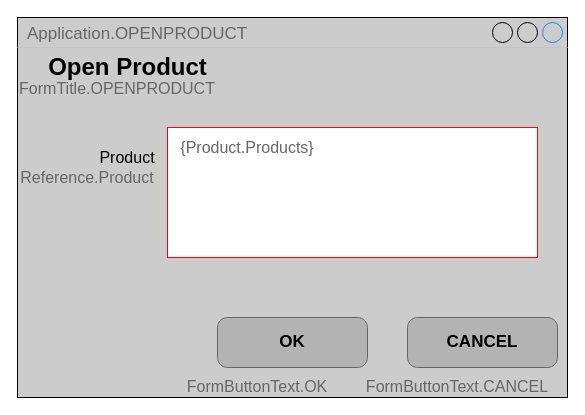
haclong/drawings keeps this draw.io diagram as page "File modal" (6 of 11) of hnc.drawio. Above is the earlier version. Source tidied: cells renumbered, new cells numbered last; positions are measured from the earlier drawing's top-left corner, leaving out a move shared by most shapes. Both pictures are drawn from the tidied source at 100%, with x=0, y=0 at pixel (17, 17).
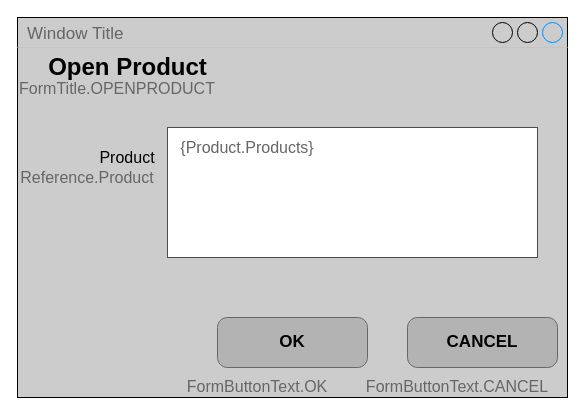
The same page after the edit.

Diff of the diagram source:
```diff
@@
 <mxGraphModel>
   <root>
     <mxCell id="0" />
     <mxCell id="1" parent="0" />
-    <mxCell id="2" value="Application.OPENPRODUCT" style="strokeWidth=1;shadow=0;dashed=0;align=center;html=1;shape=mxgraph.mockup.containers.window;align=left;verticalAlign=top;spacingLeft=8;strokeColor2=#008cff;strokeColor3=#c4c4c4;fontColor=#666666;mainText=;fontSize=17;labelBackgroundColor=none;fillColor=#CCCCCC;" parent="1" vertex="1">
+    <mxCell id="2" value="Window Title" style="strokeWidth=1;shadow=0;dashed=0;align=center;html=1;shape=mxgraph.mockup.containers.window;align=left;verticalAlign=top;spacingLeft=8;strokeColor2=#008cff;strokeColor3=#c4c4c4;fontColor=#666666;mainText=;fontSize=17;labelBackgroundColor=none;fillColor=#CCCCCC;" parent="1" vertex="1">
       <mxGeometry width="550" height="380" as="geometry" />
     </mxCell>
     <mxCell id="3" value="OK" style="strokeWidth=1;shadow=0;dashed=0;align=center;html=1;shape=mxgraph.mockup.buttons.button;strokeColor=#666666;mainText=;buttonStyle=round;fontSize=17;fontStyle=1;whiteSpace=wrap;fillColor=#B3B3B3;" parent="1" vertex="1">
       <mxGeometry x="200" y="300" width="150" height="50" as="geometry" />
     </mxCell>
     <mxCell id="4" value="CANCEL" style="strokeWidth=1;shadow=0;dashed=0;align=center;html=1;shape=mxgraph.mockup.buttons.button;strokeColor=#666666;mainText=;buttonStyle=round;fontSize=17;fontStyle=1;whiteSpace=wrap;fillColor=#B3B3B3;" parent="1" vertex="1">
       <mxGeometry x="390" y="300" width="150" height="50" as="geometry" />
     </mxCell>
     <mxCell id="5" value="FormButtonText.OK" style="text;html=1;strokeColor=none;fillColor=none;align=center;verticalAlign=middle;whiteSpace=wrap;rounded=0;fontSize=16;fontColor=#666666;" parent="1" vertex="1">
       <mxGeometry x="220" y="359" width="40" height="20" as="geometry" />
     </mxCell>
     <mxCell id="6" value="FormButtonText.CANCEL" style="text;html=1;strokeColor=none;fillColor=none;align=center;verticalAlign=middle;whiteSpace=wrap;rounded=0;fontSize=16;fontColor=#666666;" parent="1" vertex="1">
       <mxGeometry x="420" y="359" width="40" height="20" as="geometry" />
     </mxCell>
     <mxCell id="7" value="Product" style="text;html=1;strokeColor=none;fillColor=none;align=center;verticalAlign=middle;whiteSpace=wrap;rounded=0;fontSize=16;" parent="1" vertex="1">
       <mxGeometry x="90" y="130" width="40" height="20" as="geometry" />
     </mxCell>
     <mxCell id="8" style="rounded=0;whiteSpace=wrap;html=1;strokeColor=#FF0000;fontSize=16;fontColor=#666666;" parent="1" vertex="1">
       <mxGeometry x="150" y="110" width="370" height="130" as="geometry" />
     </mxCell>
     <mxCell id="9" value="Open Product" style="text;strokeColor=none;fillColor=none;html=1;fontSize=24;fontStyle=1;verticalAlign=middle;align=center;" parent="1" vertex="1">
       <mxGeometry x="60" y="30" width="100" height="40" as="geometry" />
     </mxCell>
     <mxCell id="10" value="FormTitle.OPENPRODUCT" style="text;html=1;strokeColor=none;fillColor=none;align=center;verticalAlign=middle;whiteSpace=wrap;rounded=0;fontSize=16;fontColor=#666666;" parent="1" vertex="1">
       <mxGeometry x="80" y="61" width="40" height="20" as="geometry" />
     </mxCell>
     <mxCell id="11" value="Reference.Product" style="text;html=1;strokeColor=none;fillColor=none;align=center;verticalAlign=middle;whiteSpace=wrap;rounded=0;fontSize=16;fontColor=#666666;" parent="1" vertex="1">
       <mxGeometry x="50" y="150" width="40" height="20" as="geometry" />
     </mxCell>
     <mxCell id="12" value="{Product.Products}" style="text;html=1;strokeColor=none;fillColor=none;align=center;verticalAlign=middle;whiteSpace=wrap;rounded=0;fontSize=16;fontColor=#666666;" parent="1" vertex="1">
       <mxGeometry x="210" y="120" width="40" height="20" as="geometry" />
     </mxCell>
   </root>
 </mxGraphModel>
```
